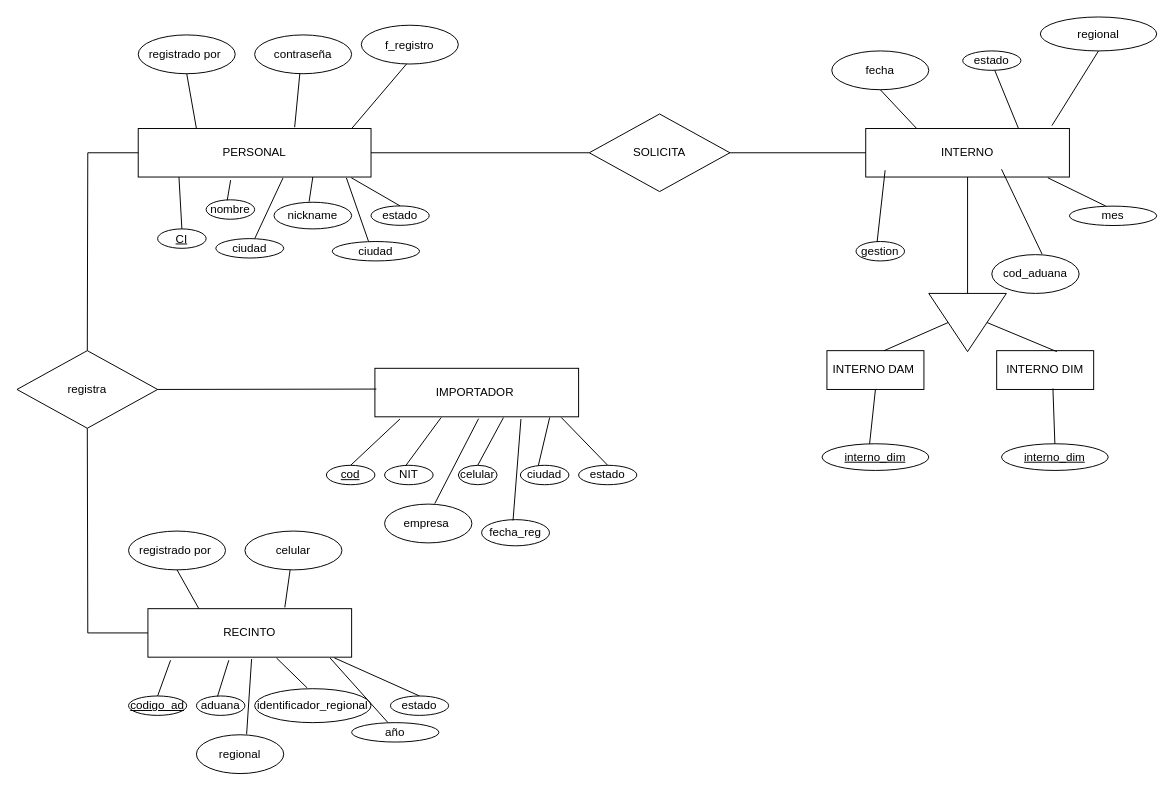
This is Diagrama sin título.drawio from RAMIRO-APAZA-GOMEZ/RAMIRONANO, a draw.io file, before an edit. Source tidied: cells renumbered, new cells numbered last; positions are measured from the earlier drawing's top-left corner, leaving out a move shared by most shapes. Both pictures are drawn from the tidied source at 97%, with x=0, y=0 at pixel (16, 16).
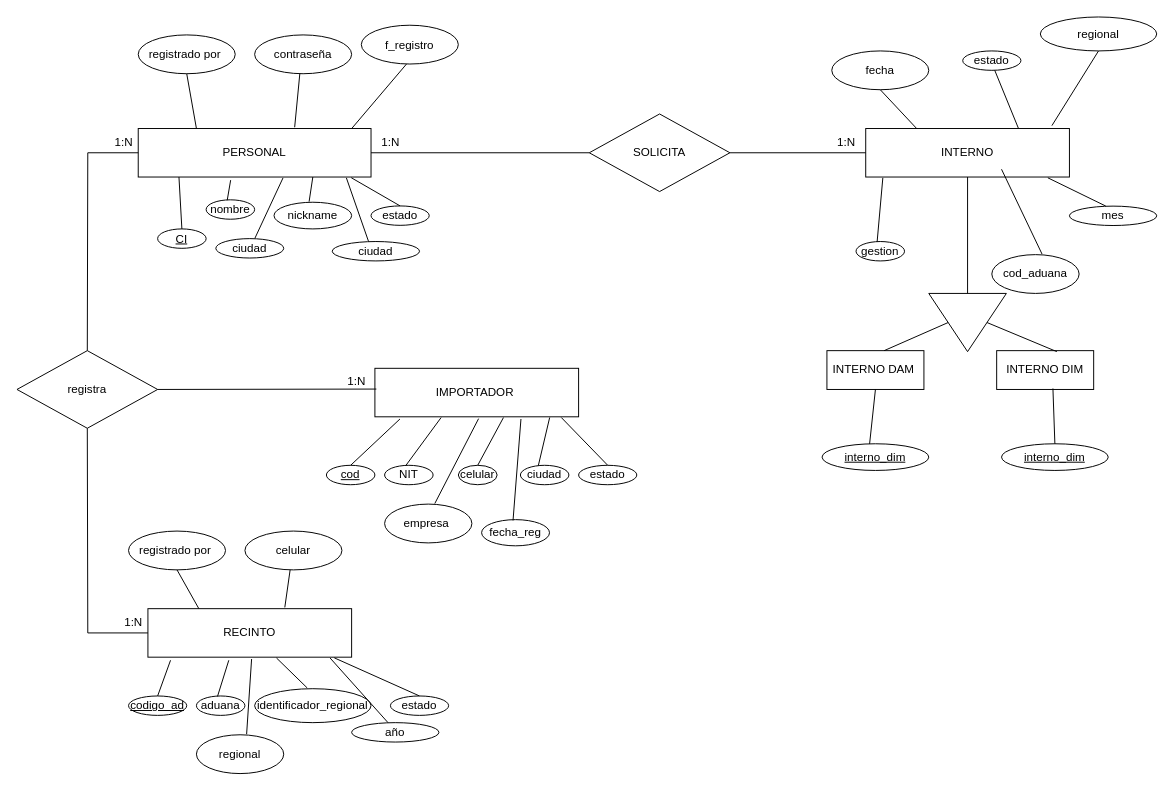
After the change.

Unchanged cells that the change refers to:
```xml
<mxCell id="57" value="INTERNO" style="whiteSpace=wrap;html=1;align=center;hachureGap=4;" parent="1" vertex="1">
  <mxGeometry x="875" y="115" width="210" height="50" as="geometry" />
</mxCell>
<mxCell id="58" value="gestion" style="ellipse;whiteSpace=wrap;html=1;align=center;hachureGap=4;" parent="1" vertex="1">
  <mxGeometry x="865" y="231.5" width="50" height="20" as="geometry" />
</mxCell>
```

What changed in the source:
```diff
@@
-    <mxCell id="65" style="endArrow=none;html=1;startSize=14;endSize=14;sourcePerimeterSpacing=8;targetPerimeterSpacing=8;exitX=0.435;exitY=0.02;exitDx=0;exitDy=0;exitPerimeter=0;" parent="1" edge="1" source="58">
-      <mxGeometry relative="1" as="geometry">
-        <mxPoint x="895" y="158" as="targetPoint" />
-      </mxGeometry>
+    <mxCell id="65" style="endArrow=none;html=1;startSize=14;endSize=14;sourcePerimeterSpacing=8;targetPerimeterSpacing=8;exitX=0.435;exitY=0.02;exitDx=0;exitDy=0;exitPerimeter=0;entryX=0.084;entryY=1.017;entryDx=0;entryDy=0;entryPerimeter=0;" parent="1" edge="1" source="58" target="57">
+      <mxGeometry relative="1" as="geometry" />
     </mxCell>
@@
+    <mxCell id="83" value="1:N" style="text;strokeColor=none;fillColor=none;spacingLeft=4;spacingRight=4;overflow=hidden;fontSize=12;hachureGap=4;" parent="1" vertex="1">
+      <mxGeometry x="840" y="115" width="40" height="30" as="geometry" />
+    </mxCell>
+    <mxCell id="84" value="1:N" style="text;strokeColor=none;fillColor=none;spacingLeft=4;spacingRight=4;overflow=hidden;fontSize=12;hachureGap=4;" parent="1" vertex="1">
+      <mxGeometry x="370" y="115" width="40" height="30" as="geometry" />
+    </mxCell>
+    <mxCell id="85" value="1:N" style="text;strokeColor=none;fillColor=none;spacingLeft=4;spacingRight=4;overflow=hidden;fontSize=12;hachureGap=4;" parent="1" vertex="1">
+      <mxGeometry x="95" y="115" width="40" height="30" as="geometry" />
+    </mxCell>
+    <mxCell id="86" value="1:N" style="text;strokeColor=none;fillColor=none;spacingLeft=4;spacingRight=4;overflow=hidden;fontSize=12;hachureGap=4;" parent="1" vertex="1">
+      <mxGeometry x="335" y="362.2" width="40" height="30" as="geometry" />
+    </mxCell>
+    <mxCell id="87" value="1:N" style="text;strokeColor=none;fillColor=none;spacingLeft=4;spacingRight=4;overflow=hidden;fontSize=12;hachureGap=4;" parent="1" vertex="1">
+      <mxGeometry x="105" y="610" width="40" height="30" as="geometry" />
+    </mxCell>
```
